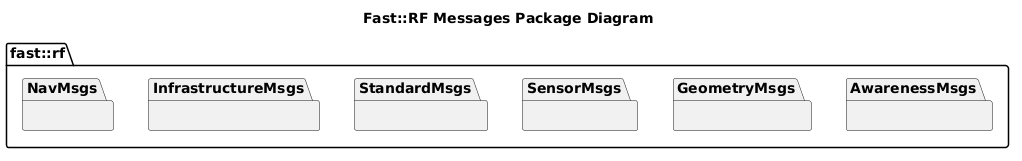
Before: msgs/doc/puml/MessagesPackageDiagram.png, a diagram exported from PlantUML (fastrobotics/robot_framework). Source of this version:
```plantuml
@startuml
title Fast::RF Messages Package Diagram
namespace fast::rf {
  package AwarenessMsgs {}
  package GeometryMsgs {}
  package SensorMsgs {}
  package StandardMsgs {}
  package InfrastructureMsgs {}
  package NavMsgs {}

}
@enduml
```
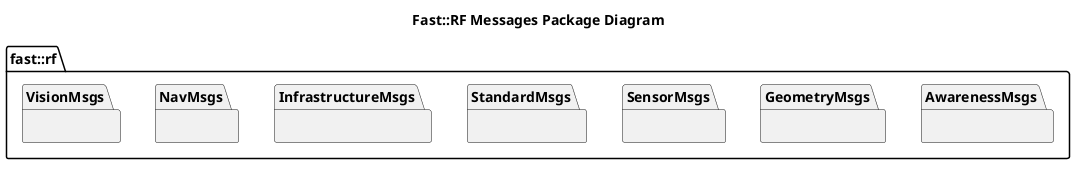
After the commit.

What changed in the source:
```diff
@@ -7,6 +7,7 @@
   package StandardMsgs {}
   package InfrastructureMsgs {}
   package NavMsgs {}
+  package VisionMsgs {}
 
 }
 @enduml
```
